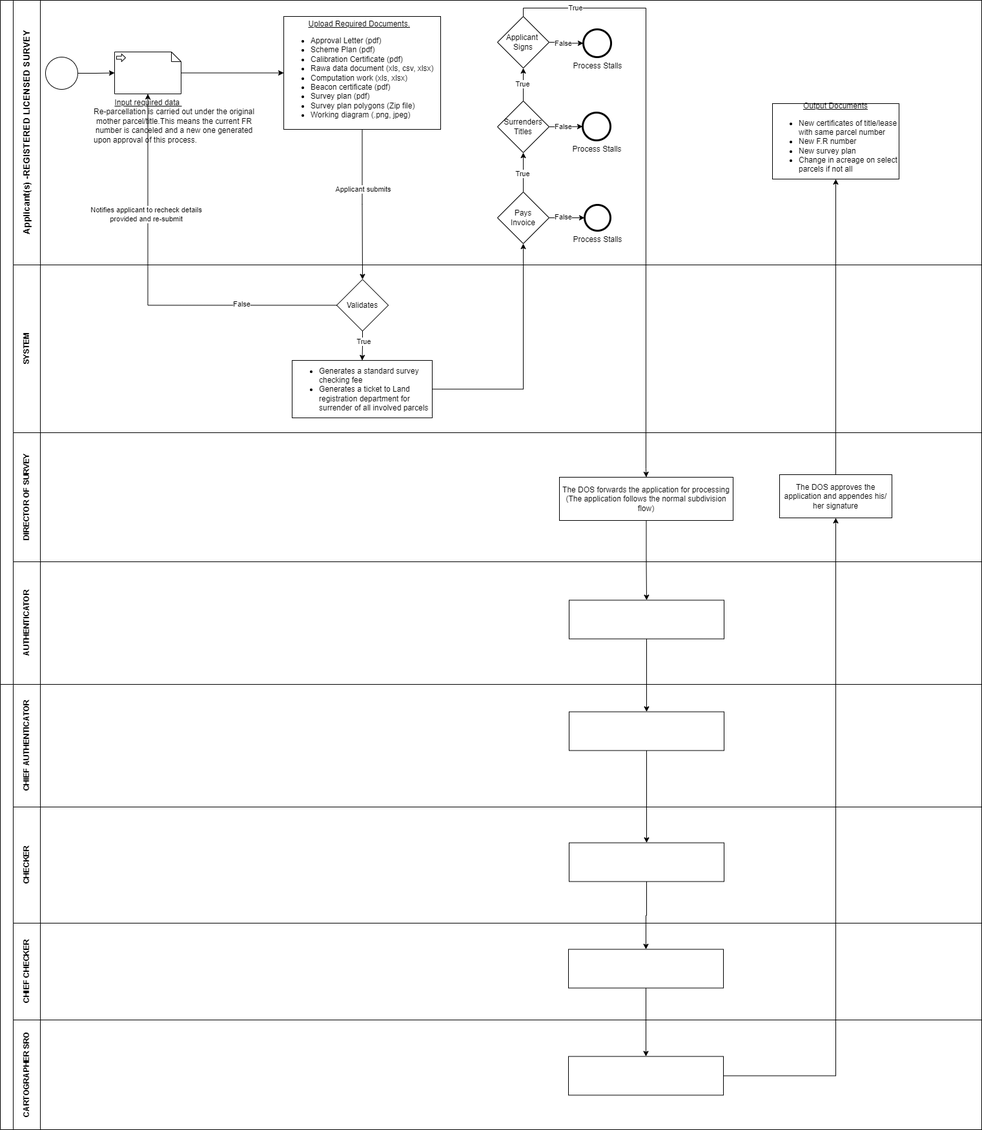
This is Re-parcellation.drawio.png from pascalokoth/BPMN, a draw.io export, as it was before one commit. Source tidied: cells renumbered, new cells last; positions are measured from the earlier drawing's top-left corner, leaving out a move shared by most shapes.
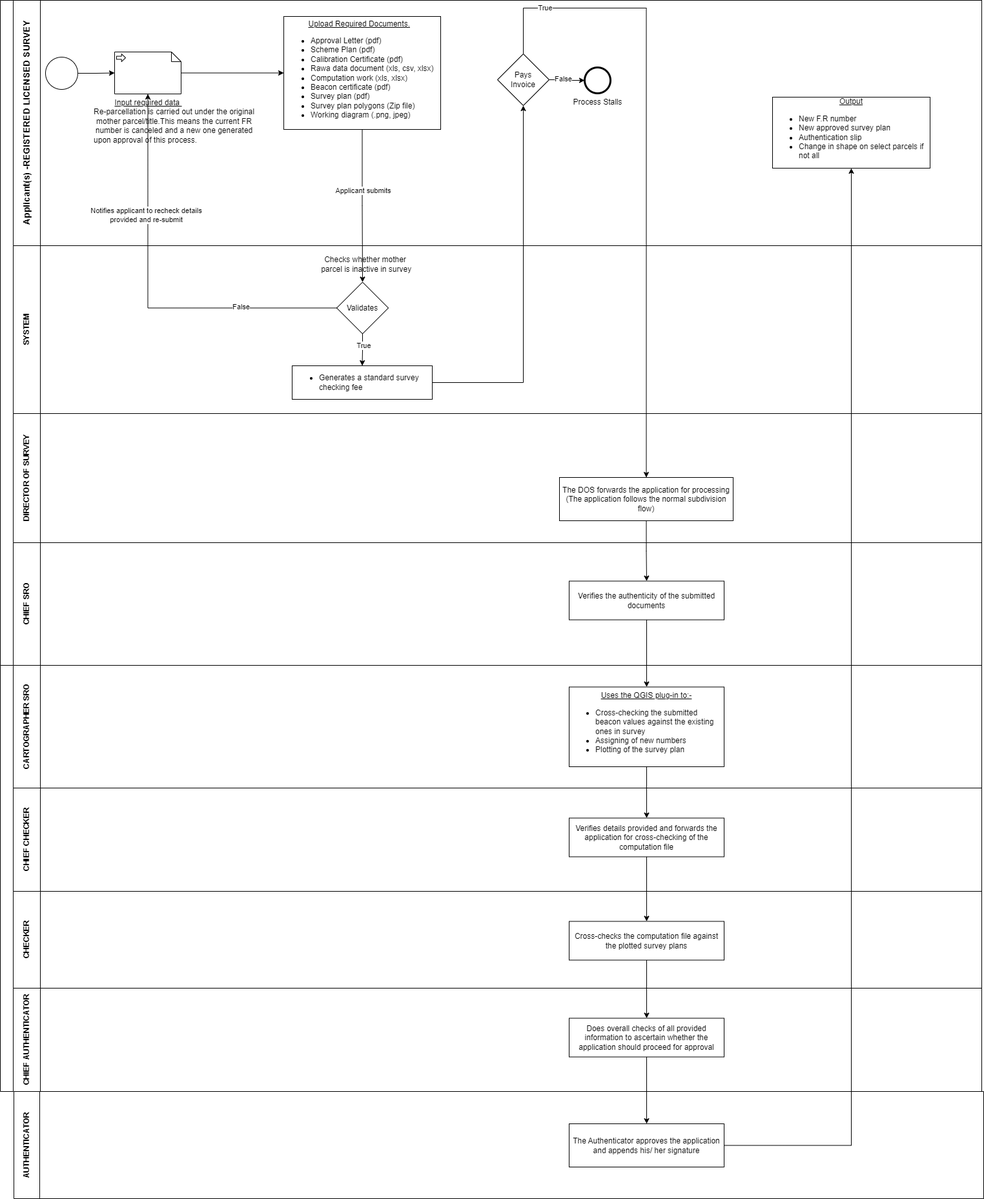
Later version of the same file.

The edit, as a diff of the source:
```diff
@@ -3,7 +3,7 @@
     <mxCell id="0" />
     <mxCell id="1" parent="0" />
     <mxCell id="2" style="swimlane;html=1;horizontal=0;startSize=20;whiteSpace=wrap;" parent="1" vertex="1">
-      <mxGeometry width="1520" height="1060" as="geometry" />
+      <mxGeometry width="1520" height="1030" as="geometry" />
     </mxCell>
     <mxCell id="3" style="edgeStyle=orthogonalEdgeStyle;rounded=0;jettySize=auto;html=1;" parent="2" edge="1" source="8" target="23">
       <mxGeometry relative="1" as="geometry" />
@@ -12,7 +12,7 @@
       <mxGeometry x="-0.21" y="1" relative="1" as="geometry" />
     </mxCell>
     <mxCell id="5" value="&lt;font style=&quot;font-size: 14px;&quot;&gt;Applicant(s) -REGISTERED LICENSED SURVEY&lt;/font&gt;" style="swimlane;html=1;startSize=42;horizontal=0;align=center;" parent="2" vertex="1">
-      <mxGeometry x="20" width="1500" height="410" as="geometry" />
+      <mxGeometry x="20" width="1500" height="380" as="geometry" />
     </mxCell>
     <mxCell id="6" style="edgeStyle=orthogonalEdgeStyle;rounded=0;jettySize=auto;html=1;entryX=0;entryY=0.5;entryDx=0;entryDy=0;entryPerimeter=0;" parent="5" edge="1" source="7" target="10">
       <mxGeometry relative="1" as="geometry" />
@@ -29,12 +29,6 @@
     <mxCell id="10" value="&lt;u&gt;Input required data&amp;nbsp;&lt;/u&gt;&lt;br&gt;&lt;blockquote style=&quot;margin: 0 0 0 40px; border: none; padding: 0px;&quot;&gt;&lt;blockquote style=&quot;margin: 0 0 0 40px; border: none; padding: 0px;&quot;&gt;&lt;blockquote style=&quot;margin: 0 0 0 40px; border: none; padding: 0px;&quot;&gt;&lt;/blockquote&gt;&lt;span style=&quot;background-color: initial; text-align: justify;&quot;&gt;Re-parcellation is carried out&amp;nbsp;&lt;/span&gt;&lt;span style=&quot;background-color: initial; text-align: justify;&quot;&gt;under the original&lt;/span&gt;&lt;br&gt;&lt;blockquote style=&quot;margin: 0 0 0 40px; border: none; padding: 0px;&quot;&gt;&lt;/blockquote&gt;&lt;span style=&quot;background-color: initial; text-align: justify;&quot;&gt;mother parcel/title.&lt;/span&gt;&lt;span style=&quot;background-color: initial; text-align: justify;&quot;&gt;This means the current FR&lt;/span&gt;&lt;br&gt;&lt;blockquote style=&quot;margin: 0 0 0 40px; border: none; padding: 0px;&quot;&gt;&lt;/blockquote&gt;&lt;span style=&quot;background-color: initial; text-align: justify;&quot;&gt;number is canceled&amp;nbsp;&lt;/span&gt;&lt;span style=&quot;background-color: initial; text-align: justify;&quot;&gt;and a new one generated&lt;/span&gt;&lt;br&gt;&lt;div style=&quot;text-align: justify;&quot;&gt;&lt;span style=&quot;background-color: initial;&quot;&gt;upon approval of this process.&lt;/span&gt;&lt;/div&gt;&lt;/blockquote&gt;&lt;/blockquote&gt;" style="shape=mxgraph.bpmn.data;labelPosition=center;verticalLabelPosition=bottom;align=center;verticalAlign=top;size=15;html=1;bpmnTransferType=input;" parent="5" vertex="1">
       <mxGeometry x="157" y="80" width="103" height="65" as="geometry" />
     </mxCell>
-    <mxCell id="11" style="edgeStyle=orthogonalEdgeStyle;rounded=0;jettySize=auto;html=1;" parent="5" edge="1" source="15" target="20">
-      <mxGeometry relative="1" as="geometry" />
-    </mxCell>
-    <mxCell id="12" value="True" style="edgeLabel;html=1;align=center;verticalAlign=middle;" parent="11" vertex="1">
-      <mxGeometry x="-0.05" y="2" relative="1" as="geometry" />
-    </mxCell>
     <mxCell id="13" style="edgeStyle=orthogonalEdgeStyle;rounded=0;jettySize=auto;html=1;" parent="5" edge="1" source="15" target="17">
       <mxGeometry relative="1" as="geometry" />
     </mxCell>
@@ -44,36 +38,22 @@
       </mxGeometry>
     </mxCell>
     <mxCell id="15" value="Pays&lt;br&gt;&amp;nbsp;Invoice&amp;nbsp;" style="rhombus;whiteSpace=wrap;html=1;align=center;" parent="5" vertex="1">
-      <mxGeometry x="750" y="297" width="80" height="80" as="geometry" />
+      <mxGeometry x="750" y="83" width="80" height="80" as="geometry" />
     </mxCell>
-    <mxCell id="16" value="Process Stalls" style="points=[[0.145,0.145,0],[0.5,0,0],[0.855,0.145,0],[1,0.5,0],[0.855,0.855,0],[0.5,1,0],[0.145,0.855,0],[0,0.5,0]];shape=mxgraph.bpmn.event;html=1;verticalLabelPosition=bottom;labelBackgroundColor=#ffffff;verticalAlign=top;align=center;perimeter=ellipsePerimeter;outlineConnect=0;outline=end;symbol=terminate2;" parent="5" vertex="1">
-      <mxGeometry x="882" y="174" width="43" height="43" as="geometry" />
-    </mxCell>
     <mxCell id="17" value="Process Stalls" style="points=[[0.145,0.145,0],[0.5,0,0],[0.855,0.145,0],[1,0.5,0],[0.855,0.855,0],[0.5,1,0],[0.145,0.855,0],[0,0.5,0]];shape=mxgraph.bpmn.event;html=1;verticalLabelPosition=bottom;labelBackgroundColor=#ffffff;verticalAlign=top;align=center;perimeter=ellipsePerimeter;outlineConnect=0;outline=end;symbol=terminate2;" parent="5" vertex="1">
-      <mxGeometry x="885" y="317" width="40" height="40" as="geometry" />
+      <mxGeometry x="885" y="104" width="40" height="40" as="geometry" />
     </mxCell>
-    <mxCell id="18" style="edgeStyle=orthogonalEdgeStyle;rounded=0;jettySize=auto;html=1;" parent="5" edge="1" source="20" target="16">
-      <mxGeometry relative="1" as="geometry" />
-    </mxCell>
-    <mxCell id="19" value="False" style="edgeLabel;html=1;align=center;verticalAlign=middle;" parent="18" vertex="1">
-      <mxGeometry x="-0.35" y="1" relative="1" as="geometry">
-        <mxPoint x="4" as="offset" />
-      </mxGeometry>
-    </mxCell>
-    <mxCell id="20" value="Surrenders&lt;br&gt;Titles" style="rhombus;whiteSpace=wrap;html=1;" parent="5" vertex="1">
-      <mxGeometry x="750" y="156" width="80" height="80" as="geometry" />
-    </mxCell>
-    <mxCell id="21" value="&lt;u&gt;Output Documents&lt;/u&gt;&lt;br&gt;&lt;ul style=&quot;&quot;&gt;&lt;li style=&quot;text-align: left;&quot;&gt;New certificates of title/lease with same parcel number&lt;/li&gt;&lt;li style=&quot;text-align: left;&quot;&gt;New F.R number&lt;/li&gt;&lt;li style=&quot;text-align: left;&quot;&gt;New survey plan&lt;/li&gt;&lt;li style=&quot;text-align: left;&quot;&gt;Change in acreage on select parcels if not all&lt;/li&gt;&lt;/ul&gt;" style="whiteSpace=wrap;html=1;" parent="5" vertex="1">
-      <mxGeometry x="1176" y="160" width="196" height="117" as="geometry" />
+    <mxCell id="21" value="&lt;u&gt;Output&lt;br&gt;&lt;/u&gt;&lt;ul style=&quot;&quot;&gt;&lt;li style=&quot;text-align: left;&quot;&gt;New F.R number&lt;/li&gt;&lt;li style=&quot;text-align: left;&quot;&gt;New approved survey plan&lt;/li&gt;&lt;li style=&quot;text-align: left;&quot;&gt;Authentication slip&lt;/li&gt;&lt;li style=&quot;text-align: left;&quot;&gt;Change in shape on select parcels if not all&lt;/li&gt;&lt;/ul&gt;" style="whiteSpace=wrap;html=1;" parent="5" vertex="1">
+      <mxGeometry x="1176" y="150" width="244" height="110" as="geometry" />
     </mxCell>
     <mxCell id="22" value="SYSTEM" style="swimlane;html=1;startSize=42;horizontal=0;" parent="2" vertex="1">
-      <mxGeometry x="20" y="410" width="1500" height="260" as="geometry" />
+      <mxGeometry x="20" y="380" width="1500" height="260" as="geometry" />
     </mxCell>
     <mxCell id="23" value="Validates" style="rhombus;whiteSpace=wrap;html=1;align=center;" parent="22" vertex="1">
-      <mxGeometry x="501" y="22.5" width="80" height="80" as="geometry" />
+      <mxGeometry x="501" y="56.5" width="80" height="80" as="geometry" />
     </mxCell>
-    <mxCell id="24" value="&lt;ul&gt;&lt;li&gt;Generates a standard survey checking fee&lt;/li&gt;&lt;li&gt;Generates a ticket to Land registration department for surrender of all involved parcels&lt;/li&gt;&lt;/ul&gt;" style="whiteSpace=wrap;html=1;align=left;" parent="22" vertex="1">
-      <mxGeometry x="432" y="148" width="217" height="89" as="geometry" />
+    <mxCell id="24" value="&lt;ul&gt;&lt;li&gt;Generates a standard survey checking fee&lt;/li&gt;&lt;/ul&gt;" style="whiteSpace=wrap;html=1;align=left;" parent="22" vertex="1">
+      <mxGeometry x="432" y="186" width="217" height="52" as="geometry" />
     </mxCell>
     <mxCell id="25" style="edgeStyle=orthogonalEdgeStyle;rounded=0;jettySize=auto;html=1;" parent="22" edge="1" source="23" target="24">
       <mxGeometry relative="1" as="geometry" />
@@ -81,13 +61,16 @@
     <mxCell id="26" value="True" style="edgeLabel;html=1;align=center;verticalAlign=middle;" parent="25" vertex="1">
       <mxGeometry x="-0.3" y="1" relative="1" as="geometry" />
     </mxCell>
+    <mxCell id="75" value="Checks whether mother&lt;br&gt;&amp;nbsp;parcel is inactive in survey" style="text;html=1;align=center;verticalAlign=middle;strokeColor=none;fillColor=none;" parent="22" vertex="1">
+      <mxGeometry x="460" y="9" width="170" height="40" as="geometry" />
+    </mxCell>
     <mxCell id="27" value="DIRECTOR OF SURVEY" style="swimlane;html=1;startSize=42;horizontal=0;" parent="2" vertex="1">
-      <mxGeometry x="20" y="670" width="1500" height="200" as="geometry" />
+      <mxGeometry x="20" y="640" width="1500" height="200" as="geometry" />
     </mxCell>
-    <mxCell id="28" value="AUTHENTICATOR" style="swimlane;html=1;startSize=42;horizontal=0;" parent="2" vertex="1">
-      <mxGeometry x="20" y="870" width="1500" height="190" as="geometry" />
+    <mxCell id="28" value="CHIEF SRO" style="swimlane;html=1;startSize=42;horizontal=0;" parent="2" vertex="1">
+      <mxGeometry x="20" y="840" width="1500" height="190" as="geometry" />
     </mxCell>
-    <mxCell id="29" style="whiteSpace=wrap;html=1;" parent="28" vertex="1">
+    <mxCell id="29" value="Verifies the authenticity of the submitted documents" style="whiteSpace=wrap;html=1;" parent="28" vertex="1">
       <mxGeometry x="861" y="59.5" width="240" height="60" as="geometry" />
     </mxCell>
     <mxCell id="30" style="edgeStyle=orthogonalEdgeStyle;rounded=0;jettySize=auto;html=1;" parent="2" edge="1" source="23" target="10">
@@ -102,36 +85,17 @@
     <mxCell id="33" style="edgeStyle=orthogonalEdgeStyle;rounded=0;jettySize=auto;html=1;entryX=0.5;entryY=1;entryDx=0;entryDy=0;" parent="2" edge="1" source="24" target="15">
       <mxGeometry relative="1" as="geometry" />
     </mxCell>
-    <mxCell id="34" style="edgeStyle=orthogonalEdgeStyle;rounded=0;jettySize=auto;html=1;" parent="1" edge="1" source="35" target="38">
-      <mxGeometry relative="1" as="geometry" />
-    </mxCell>
-    <mxCell id="35" value="Applicant&amp;nbsp;&lt;br&gt;Signs" style="rhombus;whiteSpace=wrap;html=1;" parent="1" vertex="1">
-      <mxGeometry x="770" y="25" width="80" height="80" as="geometry" />
-    </mxCell>
-    <mxCell id="36" style="edgeStyle=orthogonalEdgeStyle;rounded=0;jettySize=auto;html=1;" parent="1" edge="1" source="20" target="35">
-      <mxGeometry relative="1" as="geometry" />
-    </mxCell>
-    <mxCell id="37" value="True" style="edgeLabel;html=1;align=center;verticalAlign=middle;" parent="36" vertex="1">
-      <mxGeometry x="0.07" y="2" relative="1" as="geometry" />
-    </mxCell>
-    <mxCell id="38" value="Process Stalls" style="points=[[0.145,0.145,0],[0.5,0,0],[0.855,0.145,0],[1,0.5,0],[0.855,0.855,0],[0.5,1,0],[0.145,0.855,0],[0,0.5,0]];shape=mxgraph.bpmn.event;html=1;verticalLabelPosition=bottom;labelBackgroundColor=#ffffff;verticalAlign=top;align=center;perimeter=ellipsePerimeter;outlineConnect=0;outline=end;symbol=terminate2;" parent="1" vertex="1">
-      <mxGeometry x="903" y="45" width="43" height="43" as="geometry" />
-    </mxCell>
-    <mxCell id="39" value="False" style="edgeLabel;html=1;align=center;verticalAlign=middle;" parent="1" vertex="1">
-      <mxGeometry x="871.8" y="66" as="geometry" />
-    </mxCell>
     <mxCell id="40" style="edgeStyle=orthogonalEdgeStyle;rounded=0;jettySize=auto;html=1;" parent="1" edge="1" source="41" target="29">
       <mxGeometry relative="1" as="geometry" />
     </mxCell>
     <mxCell id="41" value="The DOS forwards the application for processing&lt;br&gt;(The application follows the normal subdivision flow)" style="whiteSpace=wrap;html=1;align=center;" parent="1" vertex="1">
       <mxGeometry x="866" y="739" width="269" height="67" as="geometry" />
     </mxCell>
-    <mxCell id="42" style="edgeStyle=orthogonalEdgeStyle;rounded=0;jettySize=auto;html=1;exitX=0.5;exitY=0;exitDx=0;exitDy=0;entryX=0.5;entryY=0;entryDx=0;entryDy=0;" parent="1" edge="1" source="35" target="41">
+    <mxCell id="42" style="edgeStyle=orthogonalEdgeStyle;rounded=0;jettySize=auto;html=1;exitX=0.5;exitY=0;exitDx=0;exitDy=0;entryX=0.5;entryY=0;entryDx=0;entryDy=0;" parent="1" edge="1" source="15" target="41">
       <mxGeometry relative="1" as="geometry">
         <Array as="points">
           <mxPoint x="810" y="12" />
           <mxPoint x="1000" y="12" />
-          <mxPoint x="1000" y="726" />
         </Array>
       </mxGeometry>
     </mxCell>
@@ -141,7 +105,7 @@
       </mxGeometry>
     </mxCell>
     <mxCell id="44" style="swimlane;html=1;horizontal=0;startSize=20;whiteSpace=wrap;" parent="1" vertex="1">
-      <mxGeometry y="1060" width="1520" height="690" as="geometry" />
+      <mxGeometry y="1030" width="1520" height="660" as="geometry" />
     </mxCell>
     <mxCell id="45" style="edgeStyle=orthogonalEdgeStyle;rounded=0;orthogonalLoop=1;jettySize=auto;html=1;" parent="44" edge="1">
       <mxGeometry relative="1" as="geometry">
@@ -151,7 +115,7 @@
     <mxCell id="46" value="Applicant submits" style="edgeLabel;html=1;align=center;verticalAlign=middle;" parent="45" vertex="1">
       <mxGeometry x="-0.21" y="1" relative="1" as="geometry" />
     </mxCell>
-    <mxCell id="47" value="&lt;font style=&quot;&quot;&gt;CHIEF AUTHENTICATOR&lt;br&gt;&lt;/font&gt;" style="swimlane;html=1;startSize=42;horizontal=0;align=center;" parent="44" vertex="1">
+    <mxCell id="47" value="&lt;font style=&quot;&quot;&gt;CARTOGRAPHER SRO&lt;br&gt;&lt;/font&gt;" style="swimlane;html=1;startSize=42;horizontal=0;align=center;" parent="44" vertex="1">
       <mxGeometry x="20" width="1500" height="190" as="geometry" />
     </mxCell>
     <mxCell id="48" style="edgeStyle=orthogonalEdgeStyle;rounded=0;orthogonalLoop=1;jettySize=auto;html=1;" parent="47" edge="1">
@@ -187,8 +151,8 @@
         <mxPoint x="4" as="offset" />
       </mxGeometry>
     </mxCell>
-    <mxCell id="55" value="CHECKER" style="swimlane;html=1;startSize=42;horizontal=0;" parent="44" vertex="1">
-      <mxGeometry x="20" y="190" width="1500" height="180" as="geometry" />
+    <mxCell id="55" value="CHIEF CHECKER" style="swimlane;html=1;startSize=42;horizontal=0;" parent="44" vertex="1">
+      <mxGeometry x="20" y="190" width="1500" height="160" as="geometry" />
     </mxCell>
     <mxCell id="56" style="edgeStyle=orthogonalEdgeStyle;rounded=0;orthogonalLoop=1;jettySize=auto;html=1;" parent="55" edge="1">
       <mxGeometry relative="1" as="geometry">
@@ -198,11 +162,11 @@
     <mxCell id="57" value="True" style="edgeLabel;html=1;align=center;verticalAlign=middle;" parent="56" vertex="1">
       <mxGeometry x="-0.3" y="1" relative="1" as="geometry" />
     </mxCell>
-    <mxCell id="58" value="CHIEF CHECKER" style="swimlane;html=1;startSize=42;horizontal=0;" parent="44" vertex="1">
-      <mxGeometry x="20" y="370" width="1500" height="150" as="geometry" />
+    <mxCell id="58" value="CHECKER" style="swimlane;html=1;startSize=42;horizontal=0;" parent="44" vertex="1">
+      <mxGeometry x="20" y="350" width="1500" height="150" as="geometry" />
     </mxCell>
-    <mxCell id="59" value="CARTOGRAPHER SRO" style="swimlane;html=1;startSize=42;horizontal=0;" parent="44" vertex="1">
-      <mxGeometry x="20" y="520" width="1500" height="170" as="geometry" />
+    <mxCell id="59" value="CHIEF AUTHENTICATOR" style="swimlane;html=1;startSize=42;horizontal=0;" parent="44" vertex="1">
+      <mxGeometry x="20" y="500" width="1500" height="160" as="geometry" />
     </mxCell>
     <mxCell id="60" style="edgeStyle=orthogonalEdgeStyle;rounded=0;orthogonalLoop=1;jettySize=auto;html=1;" parent="44" edge="1">
       <mxGeometry relative="1" as="geometry">
@@ -223,26 +187,26 @@
     <mxCell id="64" style="edgeStyle=orthogonalEdgeStyle;rounded=0;jettySize=auto;html=1;entryX=0.5;entryY=0;entryDx=0;entryDy=0;" parent="1" edge="1" source="65" target="67">
       <mxGeometry relative="1" as="geometry" />
     </mxCell>
-    <mxCell id="65" style="whiteSpace=wrap;html=1;" parent="1" vertex="1">
-      <mxGeometry x="881" y="1102.5" width="240" height="60" as="geometry" />
+    <mxCell id="65" value="&lt;u&gt;Uses the QGIS plug-in to:-&lt;/u&gt;&lt;br&gt;&lt;ul&gt;&lt;li style=&quot;text-align: left;&quot;&gt;Cross-checking the submitted beacon values against the existing ones in survey&lt;/li&gt;&lt;li style=&quot;text-align: left;&quot;&gt;Assigning of new numbers&lt;/li&gt;&lt;li style=&quot;text-align: left;&quot;&gt;Plotting of the survey plan&lt;/li&gt;&lt;/ul&gt;" style="whiteSpace=wrap;html=1;" parent="1" vertex="1">
+      <mxGeometry x="881" y="1063.5" width="240" height="123.5" as="geometry" />
     </mxCell>
     <mxCell id="66" style="edgeStyle=orthogonalEdgeStyle;rounded=0;jettySize=auto;html=1;" parent="1" edge="1" source="67" target="69">
       <mxGeometry relative="1" as="geometry" />
     </mxCell>
-    <mxCell id="67" style="whiteSpace=wrap;html=1;" parent="1" vertex="1">
-      <mxGeometry x="881" y="1305.5" width="240" height="60" as="geometry" />
+    <mxCell id="67" value="Verifies details provided and forwards the application for cross-checking of the computation file" style="whiteSpace=wrap;html=1;" parent="1" vertex="1">
+      <mxGeometry x="881" y="1266.5" width="240" height="60" as="geometry" />
     </mxCell>
     <mxCell id="68" style="edgeStyle=orthogonalEdgeStyle;rounded=0;jettySize=auto;html=1;" parent="1" edge="1" source="69" target="71">
       <mxGeometry relative="1" as="geometry" />
     </mxCell>
-    <mxCell id="69" style="whiteSpace=wrap;html=1;" parent="1" vertex="1">
-      <mxGeometry x="880" y="1470.5" width="240" height="60" as="geometry" />
+    <mxCell id="69" value="Cross-checks the computation file against the plotted survey plans" style="whiteSpace=wrap;html=1;" parent="1" vertex="1">
+      <mxGeometry x="881" y="1426.5" width="240" height="60" as="geometry" />
     </mxCell>
-    <mxCell id="70" style="edgeStyle=orthogonalEdgeStyle;rounded=0;jettySize=auto;html=1;entryX=0.5;entryY=1;entryDx=0;entryDy=0;" parent="1" edge="1" source="71" target="74">
+    <mxCell id="70" style="edgeStyle=orthogonalEdgeStyle;rounded=0;jettySize=auto;html=1;entryX=0.5;entryY=0;entryDx=0;entryDy=0;" parent="1" edge="1" source="71" target="74">
       <mxGeometry relative="1" as="geometry" />
     </mxCell>
-    <mxCell id="71" style="whiteSpace=wrap;html=1;" parent="1" vertex="1">
-      <mxGeometry x="880" y="1636.5" width="240" height="60" as="geometry" />
+    <mxCell id="71" value="Does overall checks of all provided information to ascertain whether the application should proceed for approval" style="whiteSpace=wrap;html=1;" parent="1" vertex="1">
+      <mxGeometry x="881" y="1576.5" width="240" height="60" as="geometry" />
     </mxCell>
     <mxCell id="72" style="edgeStyle=orthogonalEdgeStyle;rounded=0;jettySize=auto;html=1;" parent="1" edge="1" source="29" target="65">
       <mxGeometry relative="1" as="geometry" />
@@ -250,8 +214,11 @@
     <mxCell id="73" style="edgeStyle=orthogonalEdgeStyle;rounded=0;jettySize=auto;html=1;" parent="1" edge="1" source="74" target="21">
       <mxGeometry relative="1" as="geometry" />
     </mxCell>
-    <mxCell id="74" value="The DOS approves the application and appendes his/ her signature" style="whiteSpace=wrap;html=1;align=center;" parent="1" vertex="1">
-      <mxGeometry x="1207" y="735" width="174" height="67" as="geometry" />
+    <mxCell id="74" value="The Authenticator approves the application and appends his/ her signature" style="whiteSpace=wrap;html=1;align=center;" parent="1" vertex="1">
+      <mxGeometry x="881" y="1740" width="240" height="67" as="geometry" />
     </mxCell>
+    <mxCell id="76" value="AUTHENTICATOR" style="swimlane;horizontal=0;whiteSpace=wrap;html=1;startSize=40;" parent="1" vertex="1">
+      <mxGeometry x="21" y="1690" width="1502" height="166" as="geometry" />
+    </mxCell>
   </root>
 </mxGraphModel>
```
